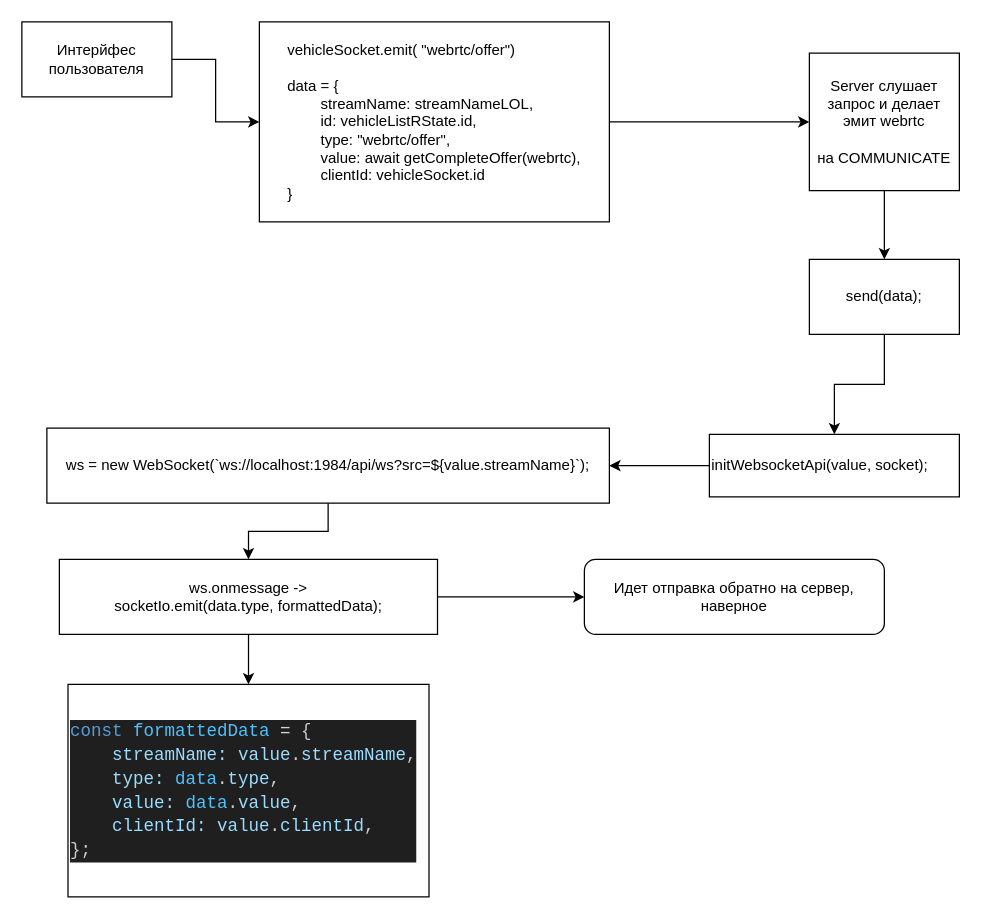
GrigoryGriko/astro_checklist keeps this draw.io diagram as Камеры по webrtc.drawio. Above is the earlier version. Source tidied: cells renumbered, new cells numbered last; positions are measured from the earlier drawing's top-left corner, leaving out a move shared by most shapes. Both pictures are drawn from the tidied source at 125%, with x=0, y=0 at pixel (21, 21).
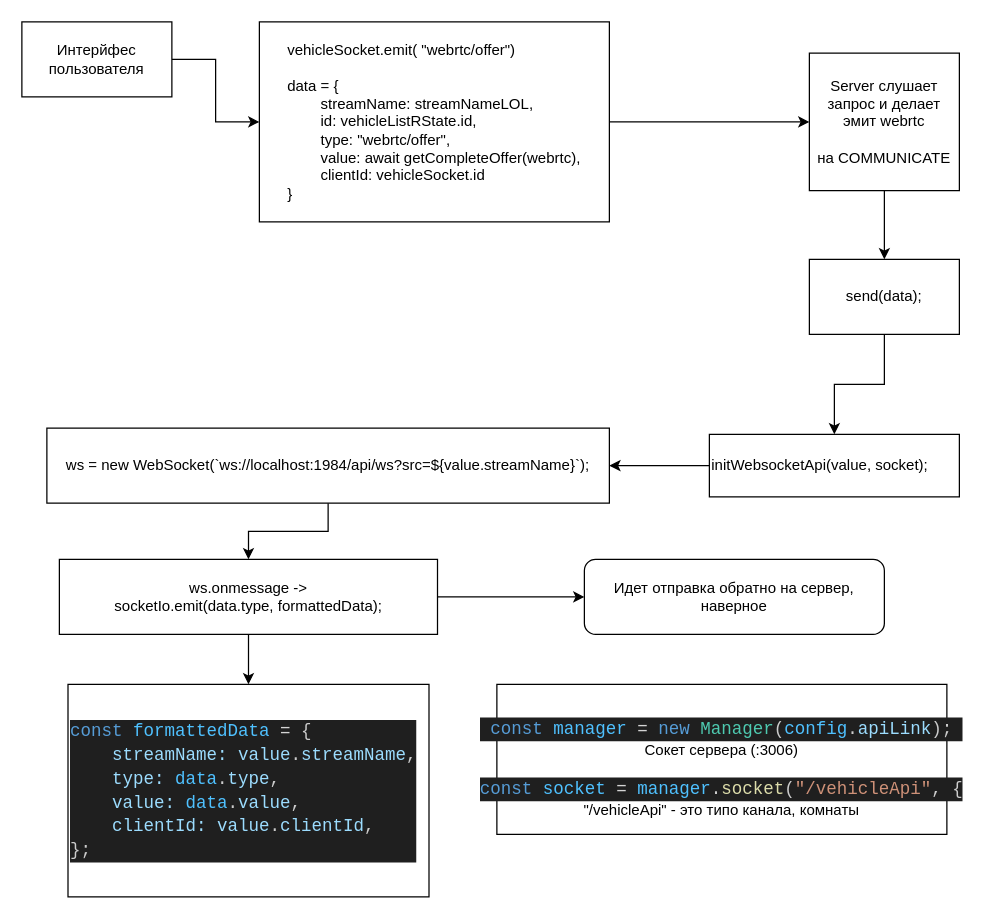
After the change.

Diff of the diagram source:
```diff
@@
 <mxGraphModel>
   <root>
     <mxCell id="0" />
     <mxCell id="1" parent="0" />
     <mxCell id="2" style="edgeStyle=orthogonalEdgeStyle;rounded=0;jettySize=auto;html=1;" parent="1" edge="1" source="3" target="5">
       <mxGeometry relative="1" as="geometry" />
     </mxCell>
     <mxCell id="3" value="Интерйфес пользователя" style="rounded=0;whiteSpace=wrap;html=1;" parent="1" vertex="1">
       <mxGeometry width="120" height="60" as="geometry" />
     </mxCell>
     <mxCell id="4" style="edgeStyle=orthogonalEdgeStyle;rounded=0;jettySize=auto;html=1;" parent="1" edge="1" source="5" target="7">
       <mxGeometry relative="1" as="geometry" />
     </mxCell>
     <mxCell id="5" value="&lt;div style=&quot;text-align: left;&quot;&gt;vehicleSocket.emit( &quot;webrtc/offer&quot;)&lt;br&gt;&lt;/div&gt;&lt;div style=&quot;text-align: left;&quot;&gt;&lt;span style=&quot;white-space: normal;&quot;&gt;&lt;br&gt;data = {&lt;/span&gt;&lt;/div&gt;&lt;div style=&quot;text-align: left;&quot;&gt;&lt;span style=&quot;white-space: normal;&quot;&gt;&lt;span style=&quot;white-space: pre;&quot;&gt;&#9;&lt;/span&gt;streamName: streamNameLOL,&lt;/span&gt;&lt;/div&gt;&lt;div style=&quot;text-align: left;&quot;&gt;&lt;span style=&quot;background-color: initial;&quot;&gt;&lt;span style=&quot;white-space: pre;&quot;&gt;&#9;&lt;/span&gt;id: vehicleListRState.id,&lt;/span&gt;&lt;/div&gt;&lt;div style=&quot;text-align: left;&quot;&gt;&lt;span style=&quot;white-space: normal;&quot;&gt;&lt;span style=&quot;white-space:pre&quot;&gt;&#9;&lt;/span&gt;type: &quot;webrtc/offer&quot;,&lt;/span&gt;&lt;/div&gt;&lt;div style=&quot;text-align: left;&quot;&gt;&lt;span style=&quot;white-space: normal;&quot;&gt;&lt;span style=&quot;white-space:pre&quot;&gt;&#9;&lt;/span&gt;value: await getCompleteOffer(webrtc),&lt;/span&gt;&lt;/div&gt;&lt;div style=&quot;text-align: left;&quot;&gt;&lt;span style=&quot;white-space: normal;&quot;&gt;&lt;span style=&quot;white-space:pre&quot;&gt;&#9;&lt;/span&gt;clientId: vehicleSocket.id&lt;/span&gt;&lt;/div&gt;&lt;div style=&quot;text-align: left;&quot;&gt;&lt;span style=&quot;white-space: normal;&quot;&gt;}&lt;br&gt;&lt;/span&gt;&lt;/div&gt;" style="whiteSpace=wrap;html=1;rounded=0;" parent="1" vertex="1">
       <mxGeometry x="190" width="280" height="160" as="geometry" />
     </mxCell>
     <mxCell id="6" style="edgeStyle=orthogonalEdgeStyle;rounded=0;jettySize=auto;html=1;" parent="1" edge="1" source="7" target="9">
       <mxGeometry relative="1" as="geometry" />
     </mxCell>
     <mxCell id="7" value="Server слушает запрос и делает эмит webrtc&lt;br&gt;&lt;br&gt;&lt;div&gt;на COMMUNICATE&lt;/div&gt;" style="whiteSpace=wrap;html=1;rounded=0;" parent="1" vertex="1">
       <mxGeometry x="630" y="25" width="120" height="110" as="geometry" />
     </mxCell>
     <mxCell id="8" style="edgeStyle=orthogonalEdgeStyle;rounded=0;jettySize=auto;html=1;" parent="1" edge="1" source="9" target="11">
       <mxGeometry relative="1" as="geometry" />
     </mxCell>
     <mxCell id="9" value="send(data);" style="whiteSpace=wrap;html=1;rounded=0;" parent="1" vertex="1">
       <mxGeometry x="630" y="190" width="120" height="60" as="geometry" />
     </mxCell>
     <mxCell id="10" style="edgeStyle=orthogonalEdgeStyle;rounded=0;jettySize=auto;html=1;" parent="1" edge="1" source="11" target="13">
       <mxGeometry relative="1" as="geometry" />
     </mxCell>
     <mxCell id="11" value="initWebsocketApi(value, socket);" style="whiteSpace=wrap;html=1;rounded=0;align=left;" parent="1" vertex="1">
       <mxGeometry x="550" y="330" width="200" height="50" as="geometry" />
     </mxCell>
     <mxCell id="12" style="edgeStyle=orthogonalEdgeStyle;rounded=0;jettySize=auto;html=1;" parent="1" edge="1" source="13" target="15">
       <mxGeometry relative="1" as="geometry" />
     </mxCell>
     <mxCell id="13" value="ws = new WebSocket(`ws://localhost:1984/api/ws?src=${value.streamName}`);" style="whiteSpace=wrap;html=1;align=center;rounded=0;" parent="1" vertex="1">
       <mxGeometry x="20" y="325" width="450" height="60" as="geometry" />
     </mxCell>
     <mxCell id="14" style="edgeStyle=orthogonalEdgeStyle;rounded=0;jettySize=auto;html=1;" parent="1" edge="1" source="15" target="18">
       <mxGeometry relative="1" as="geometry" />
     </mxCell>
     <mxCell id="15" value="ws.onmessage -&amp;gt;&lt;div&gt;socketIo.emit(data.type, formattedData);&lt;/div&gt;" style="rounded=0;whiteSpace=wrap;html=1;" parent="1" vertex="1">
       <mxGeometry x="30" y="430" width="302.5" height="60" as="geometry" />
     </mxCell>
     <mxCell id="16" value="Идет отправка обратно на сервер, наверное" style="rounded=1;whiteSpace=wrap;html=1;" parent="1" vertex="1">
       <mxGeometry x="450" y="430" width="240" height="60" as="geometry" />
     </mxCell>
     <mxCell id="17" style="endArrow=classic;html=1;rounded=0;exitX=1;exitY=0.5;exitDx=0;exitDy=0;entryX=0;entryY=0.5;entryDx=0;entryDy=0;" parent="1" edge="1" source="15" target="16">
       <mxGeometry relative="1" as="geometry" />
     </mxCell>
     <mxCell id="18" value="&lt;br&gt;&lt;div style=&quot;color: #cccccc;background-color: #1f1f1f;font-family: Consolas, 'Courier New', monospace;font-weight: normal;font-size: 14px;line-height: 19px;white-space: pre;&quot;&gt;&lt;div&gt;&lt;span style=&quot;color: #569cd6;&quot;&gt;const&lt;/span&gt;&lt;span style=&quot;color: #cccccc;&quot;&gt; &lt;/span&gt;&lt;span style=&quot;color: #4fc1ff;&quot;&gt;formattedData&lt;/span&gt;&lt;span style=&quot;color: #cccccc;&quot;&gt; &lt;/span&gt;&lt;span style=&quot;color: #d4d4d4;&quot;&gt;=&lt;/span&gt;&lt;span style=&quot;color: #cccccc;&quot;&gt; {&lt;/span&gt;&lt;/div&gt;&lt;div&gt;&lt;span style=&quot;color: #cccccc;&quot;&gt;&amp;nbsp; &amp;nbsp; &lt;/span&gt;&lt;span style=&quot;color: #9cdcfe;&quot;&gt;streamName&lt;/span&gt;&lt;span style=&quot;color: #9cdcfe;&quot;&gt;:&lt;/span&gt;&lt;span style=&quot;color: #cccccc;&quot;&gt; &lt;/span&gt;&lt;span style=&quot;color: #9cdcfe;&quot;&gt;value&lt;/span&gt;&lt;span style=&quot;color: #cccccc;&quot;&gt;.&lt;/span&gt;&lt;span style=&quot;color: #9cdcfe;&quot;&gt;streamName&lt;/span&gt;&lt;span style=&quot;color: #cccccc;&quot;&gt;,&lt;/span&gt;&lt;/div&gt;&lt;div&gt;&lt;span style=&quot;color: #cccccc;&quot;&gt;&amp;nbsp; &amp;nbsp; &lt;/span&gt;&lt;span style=&quot;color: #9cdcfe;&quot;&gt;type&lt;/span&gt;&lt;span style=&quot;color: #9cdcfe;&quot;&gt;:&lt;/span&gt;&lt;span style=&quot;color: #cccccc;&quot;&gt; &lt;/span&gt;&lt;span style=&quot;color: #4fc1ff;&quot;&gt;data&lt;/span&gt;&lt;span style=&quot;color: #cccccc;&quot;&gt;.&lt;/span&gt;&lt;span style=&quot;color: #9cdcfe;&quot;&gt;type&lt;/span&gt;&lt;span style=&quot;color: #cccccc;&quot;&gt;,&lt;/span&gt;&lt;/div&gt;&lt;div&gt;&lt;span style=&quot;color: #cccccc;&quot;&gt;&amp;nbsp; &amp;nbsp; &lt;/span&gt;&lt;span style=&quot;color: #9cdcfe;&quot;&gt;value&lt;/span&gt;&lt;span style=&quot;color: #9cdcfe;&quot;&gt;:&lt;/span&gt;&lt;span style=&quot;color: #cccccc;&quot;&gt; &lt;/span&gt;&lt;span style=&quot;color: #4fc1ff;&quot;&gt;data&lt;/span&gt;&lt;span style=&quot;color: #cccccc;&quot;&gt;.&lt;/span&gt;&lt;span style=&quot;color: #9cdcfe;&quot;&gt;value&lt;/span&gt;&lt;span style=&quot;color: #cccccc;&quot;&gt;,&lt;/span&gt;&lt;/div&gt;&lt;div&gt;&lt;span style=&quot;color: #cccccc;&quot;&gt;&amp;nbsp; &amp;nbsp; &lt;/span&gt;&lt;span style=&quot;color: #9cdcfe;&quot;&gt;clientId&lt;/span&gt;&lt;span style=&quot;color: #9cdcfe;&quot;&gt;:&lt;/span&gt;&lt;span style=&quot;color: #cccccc;&quot;&gt; &lt;/span&gt;&lt;span style=&quot;color: #9cdcfe;&quot;&gt;value&lt;/span&gt;&lt;span style=&quot;color: #cccccc;&quot;&gt;.&lt;/span&gt;&lt;span style=&quot;color: #9cdcfe;&quot;&gt;clientId&lt;/span&gt;&lt;span style=&quot;color: #cccccc;&quot;&gt;,&lt;/span&gt;&lt;/div&gt;&lt;div&gt;&lt;span style=&quot;color: #cccccc;&quot;&gt;};&lt;/span&gt;&lt;/div&gt;&lt;/div&gt;&lt;div&gt;&lt;br/&gt;&lt;/div&gt;" style="whiteSpace=wrap;html=1;rounded=0;align=left;" parent="1" vertex="1">
       <mxGeometry x="36.9" y="530" width="288.8" height="170" as="geometry" />
     </mxCell>
+    <mxCell id="19" value="&lt;br&gt;&lt;div style=&quot;color: #cccccc;background-color: #1f1f1f;font-family: Consolas, 'Courier New', monospace;font-weight: normal;font-size: 14px;line-height: 19px;white-space: pre;&quot;&gt;&lt;div&gt;&lt;span style=&quot;color: #569cd6;&quot;&gt;const&lt;/span&gt;&lt;span style=&quot;color: #cccccc;&quot;&gt; &lt;/span&gt;&lt;span style=&quot;color: #4fc1ff;&quot;&gt;manager&lt;/span&gt;&lt;span style=&quot;color: #cccccc;&quot;&gt; &lt;/span&gt;&lt;span style=&quot;color: #d4d4d4;&quot;&gt;=&lt;/span&gt;&lt;span style=&quot;color: #cccccc;&quot;&gt; &lt;/span&gt;&lt;span style=&quot;color: #569cd6;&quot;&gt;new&lt;/span&gt;&lt;span style=&quot;color: #cccccc;&quot;&gt; &lt;/span&gt;&lt;span style=&quot;color: #4ec9b0;&quot;&gt;Manager&lt;/span&gt;&lt;span style=&quot;color: #cccccc;&quot;&gt;(&lt;/span&gt;&lt;span style=&quot;color: #4fc1ff;&quot;&gt;config&lt;/span&gt;&lt;span style=&quot;color: #cccccc;&quot;&gt;.&lt;/span&gt;&lt;span style=&quot;color: #9cdcfe;&quot;&gt;apiLink&lt;/span&gt;&lt;span style=&quot;color: #cccccc;&quot;&gt;);&lt;/span&gt;&lt;/div&gt;&lt;/div&gt;Сокет сервера (:3006)&lt;div&gt;&lt;br&gt;&lt;/div&gt;&lt;div&gt;&lt;div style=&quot;color: rgb(204, 204, 204); background-color: rgb(31, 31, 31); font-family: Consolas, &amp;quot;Courier New&amp;quot;, monospace; font-size: 14px; line-height: 19px; white-space: pre;&quot;&gt;&lt;span style=&quot;color: #569cd6;&quot;&gt;const&lt;/span&gt; &lt;span style=&quot;color: #4fc1ff;&quot;&gt;socket&lt;/span&gt; &lt;span style=&quot;color: #d4d4d4;&quot;&gt;=&lt;/span&gt; &lt;span style=&quot;color: #4fc1ff;&quot;&gt;manager&lt;/span&gt;.&lt;span style=&quot;color: #dcdcaa;&quot;&gt;socket&lt;/span&gt;(&lt;span style=&quot;color: #ce9178;&quot;&gt;&quot;/vehicleApi&quot;&lt;/span&gt;, {&lt;/div&gt;&quot;/vehicleApi&quot; - это типо канала, комнаты&lt;br&gt;&lt;/div&gt;" style="rounded=0;whiteSpace=wrap;html=1;" parent="1" vertex="1">
+      <mxGeometry x="380" y="530" width="360" height="120" as="geometry" />
+    </mxCell>
   </root>
 </mxGraphModel>
```
